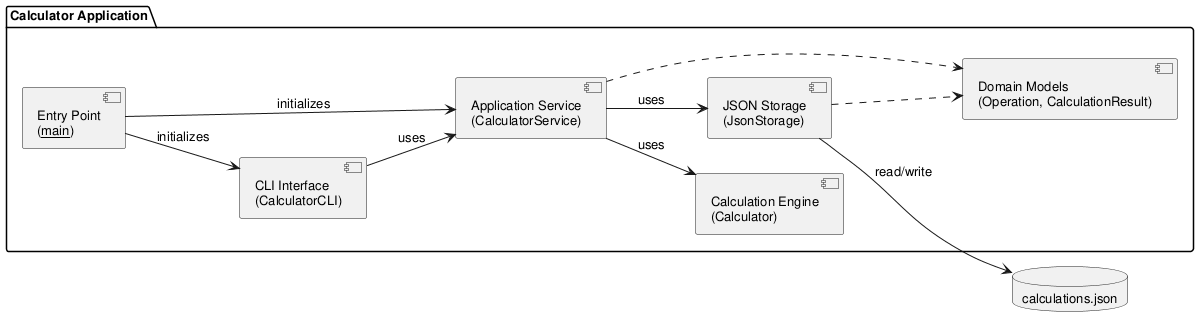
This is experiments/supervisor_as_tools/user_stories/calculator/artifacts/component_diagram.png from DanielRiha8906/Software_autoevolution_using_agents, a PlantUML export, as it was before one commit. Its diagram source:
```plantuml
@startuml component_diagram

skinparam componentStyle uml2
skinparam defaultFontSize 13
left to right direction

package "Calculator Application" {

    component "Entry Point\n(__main__)" as Main
    component "CLI Interface\n(CalculatorCLI)" as CLI
    component "Application Service\n(CalculatorService)" as Service
    component "Calculation Engine\n(Calculator)" as Calc
    component "JSON Storage\n(JsonStorage)" as Store
    component "Domain Models\n(Operation, CalculationResult)" as Models

    Main --> CLI : initializes
    Main --> Service : initializes

    CLI --> Service : uses
    Service --> Calc : uses
    Service --> Store : uses

    Service ..> Models
    Store ..> Models
}

database "calculations.json" as DB

Store --> DB : read/write

@enduml
```
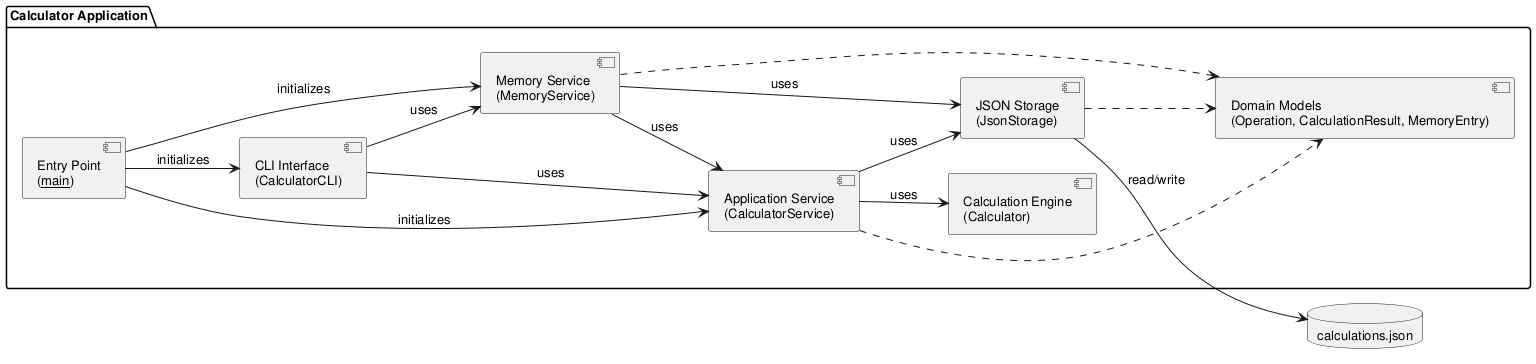
The same diagram one commit later.

The edit, as a diff of the source:
```diff
@@ -9,18 +9,24 @@
     component "Entry Point\n(__main__)" as Main
     component "CLI Interface\n(CalculatorCLI)" as CLI
     component "Application Service\n(CalculatorService)" as Service
+    component "Memory Service\n(MemoryService)" as MemService
     component "Calculation Engine\n(Calculator)" as Calc
     component "JSON Storage\n(JsonStorage)" as Store
-    component "Domain Models\n(Operation, CalculationResult)" as Models
+    component "Domain Models\n(Operation, CalculationResult, MemoryEntry)" as Models
 
     Main --> CLI : initializes
     Main --> Service : initializes
+    Main --> MemService : initializes
 
     CLI --> Service : uses
+    CLI --> MemService : uses
     Service --> Calc : uses
     Service --> Store : uses
+    MemService --> Service : uses
+    MemService --> Store : uses
 
     Service ..> Models
+    MemService ..> Models
     Store ..> Models
 }
 
```
